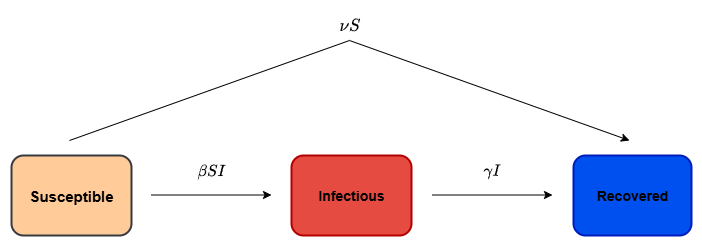
Earlier version of the draw.io export Codes/Pic/Version 1-1 _ SIR Model with Vaccination Scheme.drawio.png (mdsnpr/Epidemiology-Summer2025-). Source tidied: cells renumbered, new cells last; positions are measured from the earlier drawing's top-left corner, leaving out a move shared by most shapes.
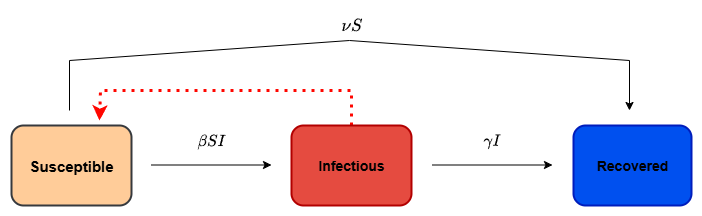
Later version of the same file.

Change to the diagram source:
```diff
@@ -7,12 +7,14 @@
         <mxPoint x="58" y="130" as="sourcePoint" />
         <mxPoint x="618" y="130" as="targetPoint" />
         <Array as="points">
-          <mxPoint x="338" y="30" />
+          <mxPoint x="58" y="80" />
+          <mxPoint x="338" y="60" />
+          <mxPoint x="618" y="80" />
         </Array>
       </mxGeometry>
     </mxCell>
     <mxCell id="3" value="&lt;font style=&quot;font-size: 15px;&quot;&gt;\(\nu S\)&lt;/font&gt;" style="text;strokeColor=none;align=center;fillColor=none;html=1;verticalAlign=middle;whiteSpace=wrap;rounded=0;fontFamily=Helvetica;fontSize=11;fontColor=default;labelBackgroundColor=default;" parent="1" vertex="1">
-      <mxGeometry x="308" width="60" height="30" as="geometry" />
+      <mxGeometry x="310" y="30" width="60" height="30" as="geometry" />
     </mxCell>
     <mxCell id="4" value="&lt;b&gt;&lt;font style=&quot;font-size: 15px;&quot;&gt;Susceptible&lt;/font&gt;&lt;/b&gt;" style="rounded=1;whiteSpace=wrap;html=1;fillColor=light-dark(#FFCC99,#115E0C);strokeColor=light-dark(#36393D,#FFFFFF);strokeWidth=2;" parent="1" vertex="1">
       <mxGeometry y="145" width="120" height="80" as="geometry" />
@@ -23,6 +25,15 @@
         <mxPoint x="260" y="184.5" as="targetPoint" />
       </mxGeometry>
     </mxCell>
+    <mxCell id="11" style="edgeStyle=orthogonalEdgeStyle;rounded=0;jettySize=auto;html=1;exitX=0.5;exitY=0;exitDx=0;exitDy=0;dashed=1;dashPattern=1 2;strokeColor=#FF0600;strokeWidth=3;" parent="1" edge="1" source="6">
+      <mxGeometry relative="1" as="geometry">
+        <mxPoint x="88" y="140" as="targetPoint" />
+        <Array as="points">
+          <mxPoint x="340" y="110" />
+          <mxPoint x="89" y="110" />
+        </Array>
+      </mxGeometry>
+    </mxCell>
     <mxCell id="6" value="&lt;b&gt;&lt;font style=&quot;font-size: 14px; color: rgb(0, 0, 0);&quot;&gt;Infectious&lt;/font&gt;&lt;/b&gt;" style="rounded=1;whiteSpace=wrap;html=1;fillColor=light-dark(#E54B40,#FF6450);fontColor=#ffffff;strokeColor=light-dark(#B20000,#FFFFFF);strokeWidth=2;" parent="1" vertex="1">
       <mxGeometry x="280" y="145" width="120" height="80" as="geometry" />
     </mxCell>
```
